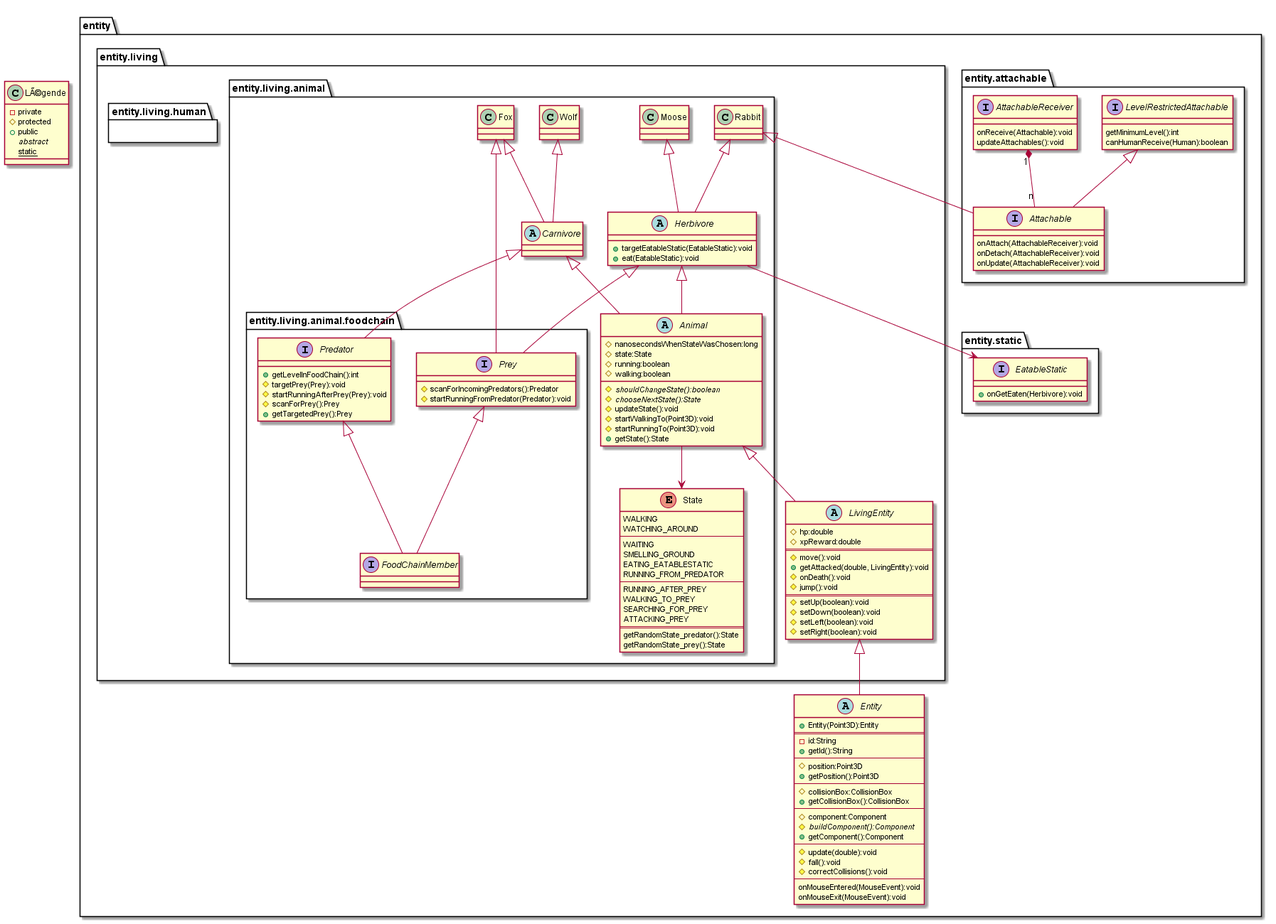
The PlantUML diagram uml/final/entity/living/animal.png in the-zucc/coureur-de-bois, before a commit.
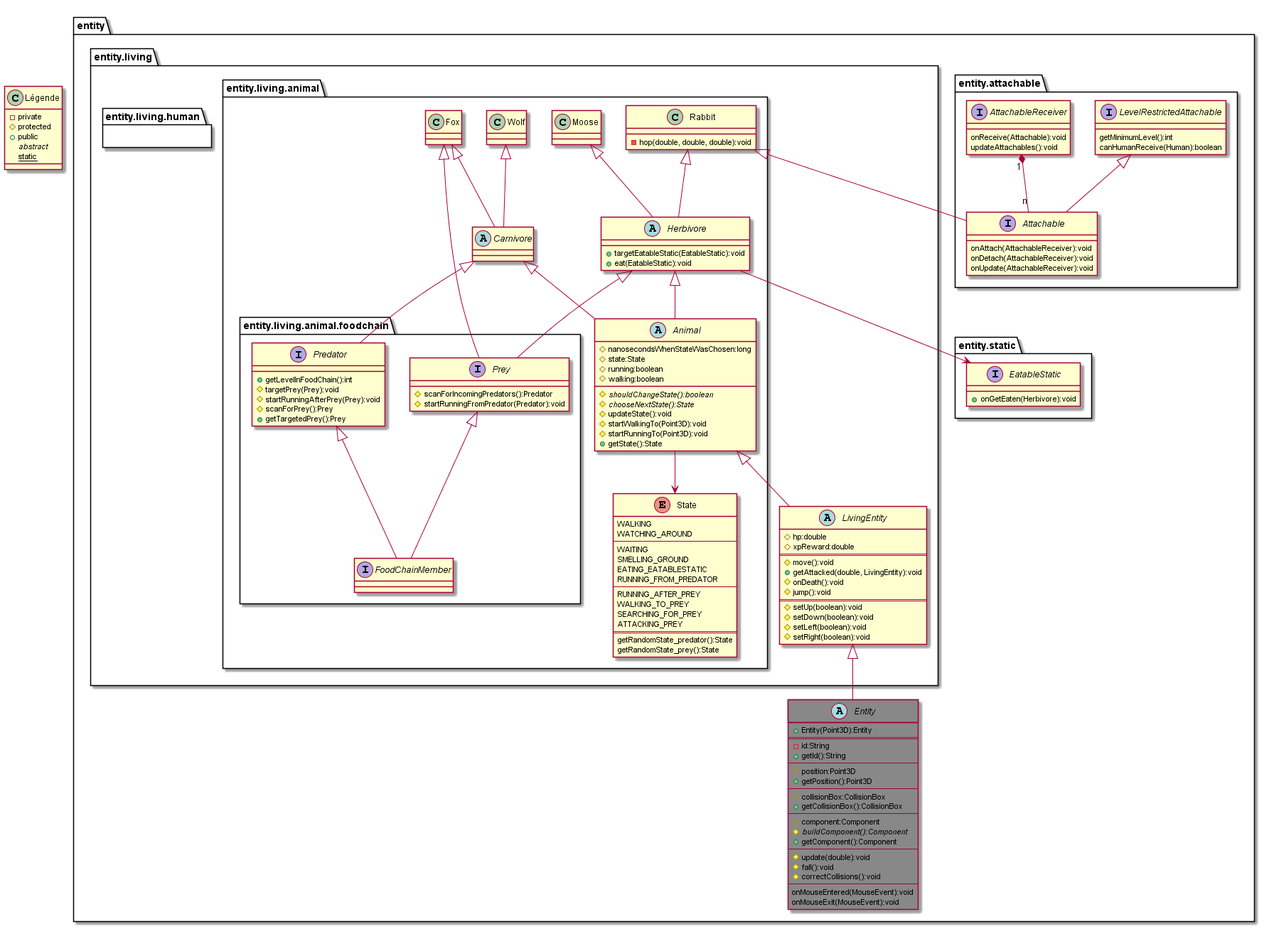
After the commit.

The edit, as a diff of the source:
```diff
@@ -7,7 +7,7 @@
         {static} static
     }
 package entity{
-    abstract class Entity{
+    abstract class Entity #888888{
         + Entity(Point3D):Entity
         ==
         - id:String
@@ -126,7 +126,9 @@
 
             class Moose
             Moose <|-- Herbivore
-            class Rabbit
+            class Rabbit{
+                - hop(double, double, double):void
+            }
             Rabbit <|-- Herbivore
             Rabbit <|-- Attachable
             class Fox
```
